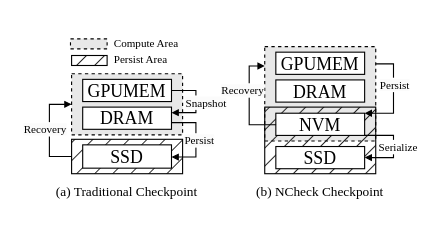
icszhr/NCheck keeps this draw.io diagram as fig/archi_mot_a.drawio. Above is the earlier version. Source tidied: cells renumbered, new cells numbered last; positions are measured from the earlier drawing's top-left corner, leaving out a move shared by most shapes. Both pictures are drawn from the tidied source at 111%, with x=0, y=0 at pixel (49, 31).
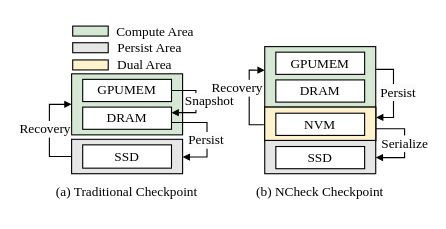
Above is the later version.

What changed in the source:
```diff
@@
-    <mxCell id="2" style="rounded=0;whiteSpace=wrap;html=1;fillColor=#000000;fillStyle=hatch;" parent="1" vertex="1">
+    <mxCell id="2" style="rounded=0;whiteSpace=wrap;html=1;fillColor=#E6E6E6;fillStyle=auto;fontSize=12;" parent="1" vertex="1">
       <mxGeometry x="20" y="97" width="100" height="31" as="geometry" />
     </mxCell>
-    <mxCell id="3" style="rounded=0;whiteSpace=wrap;html=1;fillColor=#E8E8E8;dashed=1;" parent="1" vertex="1">
+    <mxCell id="3" style="rounded=0;whiteSpace=wrap;html=1;fillColor=#D5E8D4;fontSize=12;" parent="1" vertex="1">
       <mxGeometry x="194" y="13.5" width="100" height="85" as="geometry" />
     </mxCell>
-    <mxCell id="4" style="rounded=0;whiteSpace=wrap;html=1;fillColor=#000000;fillStyle=hatch;" parent="1" vertex="1">
+    <mxCell id="4" style="rounded=0;whiteSpace=wrap;html=1;fillColor=#E6E6E6;fillStyle=auto;fontSize=12;" parent="1" vertex="1">
       <mxGeometry x="194" y="68" width="100" height="60" as="geometry" />
     </mxCell>
-    <mxCell id="5" style="rounded=0;whiteSpace=wrap;html=1;fillColor=#E8E8E8;dashed=1;" parent="1" vertex="1">
+    <mxCell id="5" style="rounded=0;whiteSpace=wrap;html=1;fillColor=#D5E8D4;fontSize=12;" parent="1" vertex="1">
       <mxGeometry x="20" y="38" width="100" height="55" as="geometry" />
     </mxCell>
-    <mxCell id="6" value="&lt;font style=&quot;font-size: 16px;&quot; face=&quot;Times New Roman&quot;&gt;GPUMEM&lt;/font&gt;" style="rounded=0;whiteSpace=wrap;html=1;" parent="1" vertex="1">
+    <mxCell id="6" value="&lt;font style=&quot;font-size: 12px;&quot; face=&quot;Times New Roman&quot;&gt;GPUMEM&lt;/font&gt;" style="rounded=0;whiteSpace=wrap;html=1;fontSize=12;" parent="1" vertex="1">
       <mxGeometry x="30" y="43" width="80" height="20" as="geometry" />
     </mxCell>
-    <mxCell id="7" value="&lt;font face=&quot;Times New Roman&quot; style=&quot;font-size: 16px;&quot;&gt;DRAM&lt;/font&gt;" style="rounded=0;whiteSpace=wrap;html=1;strokeColor=default;align=center;verticalAlign=middle;fontFamily=Helvetica;fontSize=12;fontColor=default;fillColor=default;" parent="1" vertex="1">
+    <mxCell id="7" value="&lt;font face=&quot;Times New Roman&quot; style=&quot;font-size: 12px;&quot;&gt;DRAM&lt;/font&gt;" style="rounded=0;whiteSpace=wrap;html=1;strokeColor=default;align=center;verticalAlign=middle;fontFamily=Helvetica;fontSize=12;fontColor=default;fillColor=default;" parent="1" vertex="1">
       <mxGeometry x="30" y="68" width="80" height="20" as="geometry" />
     </mxCell>
-    <mxCell id="8" value="&lt;font style=&quot;font-size: 16px;&quot; face=&quot;Times New Roman&quot;&gt;SSD&lt;/font&gt;" style="rounded=0;whiteSpace=wrap;html=1;" parent="1" vertex="1">
+    <mxCell id="8" value="&lt;font style=&quot;font-size: 12px;&quot; face=&quot;Times New Roman&quot;&gt;SSD&lt;/font&gt;" style="rounded=0;whiteSpace=wrap;html=1;fontSize=12;" parent="1" vertex="1">
       <mxGeometry x="30" y="102" width="80" height="21" as="geometry" />
     </mxCell>
-    <mxCell id="9" value="&lt;font style=&quot;font-size: 10px;&quot; face=&quot;Times New Roman&quot;&gt;Compute Area&lt;/font&gt;" style="text;html=1;align=center;verticalAlign=bottom;whiteSpace=wrap;rounded=0;fontSize=16;" parent="1" vertex="1">
-      <mxGeometry x="51.5" width="70.5" height="20" as="geometry" />
+    <mxCell id="9" value="&lt;font style=&quot;font-size: 12px;&quot; face=&quot;Times New Roman&quot;&gt;Compute Area&lt;/font&gt;" style="text;html=1;align=center;verticalAlign=bottom;whiteSpace=wrap;rounded=0;fontSize=12;" parent="1" vertex="1">
+      <mxGeometry x="50.5" y="-11.5" width="88.5" height="20" as="geometry" />
     </mxCell>
-    <mxCell id="10" value="&lt;font style=&quot;font-size: 10px;&quot; face=&quot;Times New Roman&quot;&gt;Persist Area&lt;/font&gt;" style="text;html=1;align=center;verticalAlign=bottom;whiteSpace=wrap;rounded=0;fontSize=16;" parent="1" vertex="1">
-      <mxGeometry x="51.5" y="15" width="60.5" height="20" as="geometry" />
+    <mxCell id="10" value="&lt;font style=&quot;font-size: 12px;&quot; face=&quot;Times New Roman&quot;&gt;Persist Area&lt;/font&gt;" style="text;html=1;align=center;verticalAlign=bottom;whiteSpace=wrap;rounded=0;fontSize=12;" parent="1" vertex="1">
+      <mxGeometry x="59.5" y="3.5" width="60.5" height="20" as="geometry" />
     </mxCell>
-    <mxCell id="11" value="&lt;font style=&quot;font-size: 16px;&quot; face=&quot;Times New Roman&quot;&gt;GPUMEM&lt;/font&gt;" style="rounded=0;whiteSpace=wrap;html=1;" parent="1" vertex="1">
+    <mxCell id="11" value="&lt;font style=&quot;font-size: 12px;&quot; face=&quot;Times New Roman&quot;&gt;GPUMEM&lt;/font&gt;" style="rounded=0;whiteSpace=wrap;html=1;fontSize=12;" parent="1" vertex="1">
       <mxGeometry x="204" y="18.5" width="80" height="20" as="geometry" />
     </mxCell>
-    <mxCell id="12" value="&lt;font face=&quot;Times New Roman&quot; style=&quot;font-size: 16px;&quot;&gt;DRAM&lt;/font&gt;" style="rounded=0;whiteSpace=wrap;html=1;strokeColor=default;align=center;verticalAlign=middle;fontFamily=Helvetica;fontSize=12;fontColor=default;fillColor=default;" parent="1" vertex="1">
+    <mxCell id="12" value="&lt;font face=&quot;Times New Roman&quot; style=&quot;font-size: 12px;&quot;&gt;DRAM&lt;/font&gt;" style="rounded=0;whiteSpace=wrap;html=1;strokeColor=default;align=center;verticalAlign=middle;fontFamily=Helvetica;fontSize=12;fontColor=default;fillColor=default;" parent="1" vertex="1">
       <mxGeometry x="204" y="43.5" width="80" height="20" as="geometry" />
     </mxCell>
-    <mxCell id="13" value="&lt;font style=&quot;font-size: 16px;&quot; face=&quot;Times New Roman&quot;&gt;SSD&lt;/font&gt;" style="rounded=0;whiteSpace=wrap;html=1;" parent="1" vertex="1">
+    <mxCell id="13" value="&lt;font style=&quot;font-size: 12px;&quot; face=&quot;Times New Roman&quot;&gt;SSD&lt;/font&gt;" style="rounded=0;whiteSpace=wrap;html=1;fontSize=12;" parent="1" vertex="1">
       <mxGeometry x="204" y="103.5" width="80" height="20" as="geometry" />
     </mxCell>
+    <mxCell id="31" style="rounded=0;whiteSpace=wrap;html=1;fillColor=#FFF2CC;" parent="1" vertex="1">
+      <mxGeometry x="194" y="68" width="100" height="30" as="geometry" />
+    </mxCell>
-    <mxCell id="14" style="edgeStyle=orthogonalEdgeStyle;rounded=0;jettySize=auto;html=1;entryX=1;entryY=0.5;entryDx=0;entryDy=0;exitX=1;exitY=1;exitDx=0;exitDy=0;endSize=4;endArrow=block;endFill=1;" parent="1" edge="1" source="15" target="13">
+    <mxCell id="14" style="edgeStyle=orthogonalEdgeStyle;rounded=0;orthogonalLoop=1;jettySize=auto;html=1;entryX=1;entryY=0.5;entryDx=0;entryDy=0;exitX=1;exitY=1;exitDx=0;exitDy=0;endSize=4;endArrow=block;endFill=1;fontSize=12;" parent="1" edge="1">
       <mxGeometry relative="1" as="geometry">
+        <mxPoint x="294" y="87.5" as="sourcePoint" />
+        <mxPoint x="294" y="113.5" as="targetPoint" />
         <Array as="points">
-          <mxPoint x="310" y="94" />
-          <mxPoint x="310" y="114" />
+          <mxPoint x="320" y="87" />
+          <mxPoint x="320" y="113" />
+          <mxPoint x="294" y="113" />
         </Array>
       </mxGeometry>
     </mxCell>
-    <mxCell id="15" value="&lt;font style=&quot;font-size: 16px;&quot; face=&quot;Times New Roman&quot;&gt;NVM&lt;/font&gt;" style="rounded=0;whiteSpace=wrap;html=1;" parent="1" vertex="1">
+    <mxCell id="15" value="&lt;font style=&quot;font-size: 12px;&quot; face=&quot;Times New Roman&quot;&gt;NVM&lt;/font&gt;" style="rounded=0;whiteSpace=wrap;html=1;fontSize=12;" parent="1" vertex="1">
       <mxGeometry x="204" y="73.5" width="80" height="20" as="geometry" />
     </mxCell>
-    <mxCell id="16" style="endArrow=none;html=1;rounded=0;endSize=6;endFill=0;exitX=0;exitY=0.5;exitDx=0;exitDy=0;edgeStyle=orthogonalEdgeStyle;entryX=0;entryY=0.5;entryDx=0;entryDy=0;startSize=4;startArrow=block;startFill=1;" parent="1" edge="1" source="5" target="2">
+    <mxCell id="16" style="endArrow=none;html=1;rounded=0;endSize=6;endFill=0;exitX=0;exitY=0.5;exitDx=0;exitDy=0;edgeStyle=orthogonalEdgeStyle;entryX=0;entryY=0.5;entryDx=0;entryDy=0;startSize=4;startArrow=block;startFill=1;fontSize=12;" parent="1" edge="1" source="5" target="2">
       <mxGeometry relative="1" as="geometry">
         <Array as="points">
           <mxPoint y="66" />
-          <mxPoint y="113" />
+          <mxPoint y="112" />
         </Array>
       </mxGeometry>
     </mxCell>
-    <mxCell id="17" value="&lt;span style=&quot;font-family: &amp;quot;Times New Roman&amp;quot;; font-size: 10px; text-wrap: wrap; background-color: rgb(251, 251, 251);&quot;&gt;Recovery&lt;/span&gt;" style="edgeLabel;html=1;align=center;verticalAlign=middle;" parent="16" vertex="1">
+    <mxCell id="17" value="&lt;span style=&quot;font-family: &amp;quot;Times New Roman&amp;quot;; font-size: 12px; text-wrap: wrap; background-color: rgb(251, 251, 251);&quot;&gt;Recovery&lt;/span&gt;" style="edgeLabel;html=1;align=center;verticalAlign=middle;fontSize=12;" parent="16" vertex="1">
       <mxGeometry x="-0.04" relative="1" as="geometry">
         <mxPoint x="-5" as="offset" />
       </mxGeometry>
     </mxCell>
-    <mxCell id="18" style="edgeStyle=orthogonalEdgeStyle;rounded=0;jettySize=auto;html=1;entryX=1;entryY=0.5;entryDx=0;entryDy=0;startSize=4;endSize=4;endArrow=none;endFill=0;startArrow=block;startFill=1;" parent="1" edge="1" target="6">
+    <mxCell id="18" style="edgeStyle=orthogonalEdgeStyle;rounded=0;jettySize=auto;html=1;entryX=1;entryY=0.5;entryDx=0;entryDy=0;startSize=4;endSize=4;endArrow=none;endFill=0;startArrow=block;startFill=1;fontSize=12;" parent="1" edge="1" target="6">
       <mxGeometry relative="1" as="geometry">
         <mxPoint x="110" y="73" as="sourcePoint" />
         <Array as="points">
           <mxPoint x="110" y="73" />
           <mxPoint x="132" y="73" />
           <mxPoint x="132" y="53" />
         </Array>
       </mxGeometry>
     </mxCell>
-    <mxCell id="19" value="&lt;span style=&quot;font-family: &amp;quot;Times New Roman&amp;quot;; font-size: 10px; text-wrap: wrap; background-color: rgb(251, 251, 251);&quot;&gt;Snapshot&lt;/span&gt;" style="edgeLabel;html=1;align=center;verticalAlign=middle;" parent="18" vertex="1">
+    <mxCell id="19" value="&lt;span style=&quot;font-family: &amp;quot;Times New Roman&amp;quot;; font-size: 12px; text-wrap: wrap; background-color: rgb(251, 251, 251);&quot;&gt;Snapshot&lt;/span&gt;" style="edgeLabel;html=1;align=center;verticalAlign=middle;fontSize=12;" parent="18" vertex="1">
       <mxGeometry x="-0.13" y="1" relative="1" as="geometry">
-        <mxPoint x="9" y="-4" as="offset" />
+        <mxPoint x="12" y="-5" as="offset" />
       </mxGeometry>
     </mxCell>
-    <mxCell id="20" style="edgeStyle=orthogonalEdgeStyle;rounded=0;orthogonalLoop=1;jettySize=auto;html=1;entryX=1;entryY=0.5;entryDx=0;entryDy=0;exitX=0.003;exitY=0.62;exitDx=0;exitDy=0;startSize=6;endSize=4;endArrow=block;endFill=1;exitPerimeter=0;" parent="1" edge="1">
+    <mxCell id="20" style="edgeStyle=orthogonalEdgeStyle;rounded=0;jettySize=auto;html=1;entryX=0;entryY=0.25;entryDx=0;entryDy=0;exitX=-0.008;exitY=0.529;exitDx=0;exitDy=0;startSize=6;endSize=4;endArrow=block;endFill=1;exitPerimeter=0;fontSize=12;" parent="1" edge="1" source="31" target="3">
       <mxGeometry relative="1" as="geometry">
-        <mxPoint x="204.2" y="83.9" as="sourcePoint" />
-        <mxPoint x="194" y="31" as="targetPoint" />
         <Array as="points">
           <mxPoint x="180" y="84" />
-          <mxPoint x="180" y="31" />
+          <mxPoint x="180" y="35" />
+          <mxPoint x="194" y="35" />
         </Array>
       </mxGeometry>
     </mxCell>
-    <mxCell id="21" value="&lt;span style=&quot;font-family: &amp;quot;Times New Roman&amp;quot;; font-size: 10px; text-wrap: wrap; background-color: rgb(251, 251, 251);&quot;&gt;Recovery&lt;/span&gt;" style="edgeLabel;html=1;align=center;verticalAlign=middle;" parent="20" vertex="1">
+    <mxCell id="21" value="&lt;span style=&quot;font-family: &amp;quot;Times New Roman&amp;quot;; font-size: 12px; text-wrap: wrap; background-color: rgb(251, 251, 251);&quot;&gt;Recovery&lt;/span&gt;" style="edgeLabel;html=1;align=center;verticalAlign=middle;fontSize=12;" parent="20" vertex="1">
       <mxGeometry x="-0.13" y="1" relative="1" as="geometry">
-        <mxPoint x="-6" y="-16" as="offset" />
+        <mxPoint x="-11" y="-14" as="offset" />
       </mxGeometry>
     </mxCell>
-    <mxCell id="22" style="edgeStyle=orthogonalEdgeStyle;rounded=0;jettySize=auto;html=1;entryX=1;entryY=0.5;entryDx=0;entryDy=0;startSize=4;endSize=4;endArrow=none;endFill=0;startArrow=block;startFill=1;exitX=1;exitY=0;exitDx=0;exitDy=0;" parent="1" edge="1" source="15">
+    <mxCell id="22" style="edgeStyle=orthogonalEdgeStyle;rounded=0;jettySize=auto;html=1;entryX=1;entryY=0.5;entryDx=0;entryDy=0;startSize=4;endSize=4;endArrow=none;endFill=0;startArrow=block;startFill=1;exitX=1.003;exitY=0.31;exitDx=0;exitDy=0;fontSize=12;exitPerimeter=0;" parent="1" edge="1" source="31">
       <mxGeometry relative="1" as="geometry">
-        <mxPoint x="294" y="29" as="targetPoint" />
+        <mxPoint x="294" y="34" as="targetPoint" />
         <Array as="points">
-          <mxPoint x="310" y="73" />
-          <mxPoint x="310" y="29" />
+          <mxPoint x="310" y="77" />
+          <mxPoint x="310" y="34" />
         </Array>
       </mxGeometry>
     </mxCell>
-    <mxCell id="23" value="&lt;span style=&quot;font-family: &amp;quot;Times New Roman&amp;quot;; font-size: 10px; text-wrap: wrap; background-color: rgb(251, 251, 251);&quot;&gt;Persist&lt;/span&gt;" style="edgeLabel;html=1;align=center;verticalAlign=middle;" parent="22" vertex="1">
+    <mxCell id="23" value="&lt;span style=&quot;font-family: &amp;quot;Times New Roman&amp;quot;; font-size: 12px; text-wrap: wrap; background-color: rgb(251, 251, 251);&quot;&gt;Persist&lt;/span&gt;" style="edgeLabel;html=1;align=center;verticalAlign=middle;fontSize=12;" parent="22" vertex="1">
       <mxGeometry x="-0.13" y="1" relative="1" as="geometry">
-        <mxPoint x="1" y="-14" as="offset" />
+        <mxPoint x="4" y="-6" as="offset" />
       </mxGeometry>
     </mxCell>
-    <mxCell id="24" value="&lt;font face=&quot;Times New Roman&quot;&gt;&lt;span style=&quot;font-size: 10px; text-wrap: wrap;&quot;&gt;Serialize&lt;/span&gt;&lt;/font&gt;" style="edgeLabel;html=1;align=center;verticalAlign=middle;" parent="1" vertex="1">
-      <mxGeometry x="315" y="103.5" as="geometry">
-        <mxPoint x="-2" as="offset" />
+    <mxCell id="24" value="&lt;font style=&quot;font-size: 12px;&quot; face=&quot;Times New Roman&quot;&gt;&lt;span style=&quot;font-size: 12px; text-wrap: wrap;&quot;&gt;Serialize&lt;/span&gt;&lt;/font&gt;" style="edgeLabel;html=1;align=center;verticalAlign=middle;fontSize=12;" parent="1" vertex="1">
+      <mxGeometry x="319" y="102.5" as="geometry">
+        <mxPoint y="-2" as="offset" />
       </mxGeometry>
     </mxCell>
-    <mxCell id="25" style="rounded=0;whiteSpace=wrap;html=1;fillColor=#E8E8E8;dashed=1;" parent="1" vertex="1">
-      <mxGeometry x="19" y="6.5" width="33" height="9" as="geometry" />
+    <mxCell id="25" style="rounded=0;whiteSpace=wrap;html=1;fillColor=#D5E8D4;fontSize=12;" parent="1" vertex="1">
+      <mxGeometry x="21" y="-5" width="32" height="9" as="geometry" />
     </mxCell>
-    <mxCell id="26" style="rounded=0;whiteSpace=wrap;html=1;fillColor=#000000;fillStyle=hatch;gradientColor=none;glass=0;" parent="1" vertex="1">
-      <mxGeometry x="20" y="21.5" width="32" height="9" as="geometry" />
+    <mxCell id="26" style="rounded=0;whiteSpace=wrap;html=1;fillColor=#E6E6E6;fillStyle=auto;gradientColor=none;glass=0;fontSize=12;" parent="1" vertex="1">
+      <mxGeometry x="21" y="10" width="32" height="9" as="geometry" />
     </mxCell>
-    <mxCell id="27" style="edgeStyle=orthogonalEdgeStyle;rounded=0;orthogonalLoop=1;jettySize=auto;html=1;entryX=1;entryY=0.5;entryDx=0;entryDy=0;startSize=4;endSize=4;endArrow=none;endFill=0;startArrow=block;startFill=1;" parent="1" edge="1">
+    <mxCell id="27" style="edgeStyle=orthogonalEdgeStyle;rounded=0;jettySize=auto;html=1;entryX=1;entryY=0.694;entryDx=0;entryDy=0;startSize=4;endSize=4;endArrow=none;endFill=0;startArrow=block;startFill=1;fontSize=12;entryPerimeter=0;" parent="1" edge="1" target="7">
       <mxGeometry relative="1" as="geometry">
-        <mxPoint x="110" y="113" as="sourcePoint" />
-        <mxPoint x="110" y="82" as="targetPoint" />
+        <mxPoint x="120" y="113" as="sourcePoint" />
         <Array as="points">
-          <mxPoint x="110" y="113" />
-          <mxPoint x="132" y="113" />
-          <mxPoint x="132" y="82" />
+          <mxPoint x="142" y="113" />
+          <mxPoint x="142" y="82" />
         </Array>
       </mxGeometry>
     </mxCell>
-    <mxCell id="28" value="&lt;span style=&quot;font-family: &amp;quot;Times New Roman&amp;quot;; font-size: 10px; text-wrap: wrap; background-color: rgb(251, 251, 251);&quot;&gt;Persist&lt;/span&gt;" style="edgeLabel;html=1;align=center;verticalAlign=middle;" parent="27" vertex="1">
+    <mxCell id="28" value="&lt;span style=&quot;font-family: &amp;quot;Times New Roman&amp;quot;; font-size: 12px; text-wrap: wrap; background-color: rgb(251, 251, 251);&quot;&gt;Persist&lt;/span&gt;" style="edgeLabel;html=1;align=center;verticalAlign=middle;fontSize=12;" parent="27" vertex="1">
       <mxGeometry x="-0.13" y="1" relative="1" as="geometry">
-        <mxPoint x="3" y="-5" as="offset" />
+        <mxPoint x="-1" y="-1" as="offset" />
       </mxGeometry>
     </mxCell>
@@
+    <mxCell id="32" value="&lt;font style=&quot;font-size: 12px;&quot; face=&quot;Times New Roman&quot;&gt;Dual Area&lt;/font&gt;" style="text;html=1;align=center;verticalAlign=bottom;whiteSpace=wrap;rounded=0;fontSize=12;" parent="1" vertex="1">
+      <mxGeometry x="56" y="19" width="60" height="20" as="geometry" />
+    </mxCell>
+    <mxCell id="33" style="rounded=0;whiteSpace=wrap;html=1;fillColor=#FFF2CC;fillStyle=auto;gradientColor=none;glass=0;fontSize=12;" parent="1" vertex="1">
+      <mxGeometry x="21" y="25.5" width="32" height="9" as="geometry" />
+    </mxCell>
```
